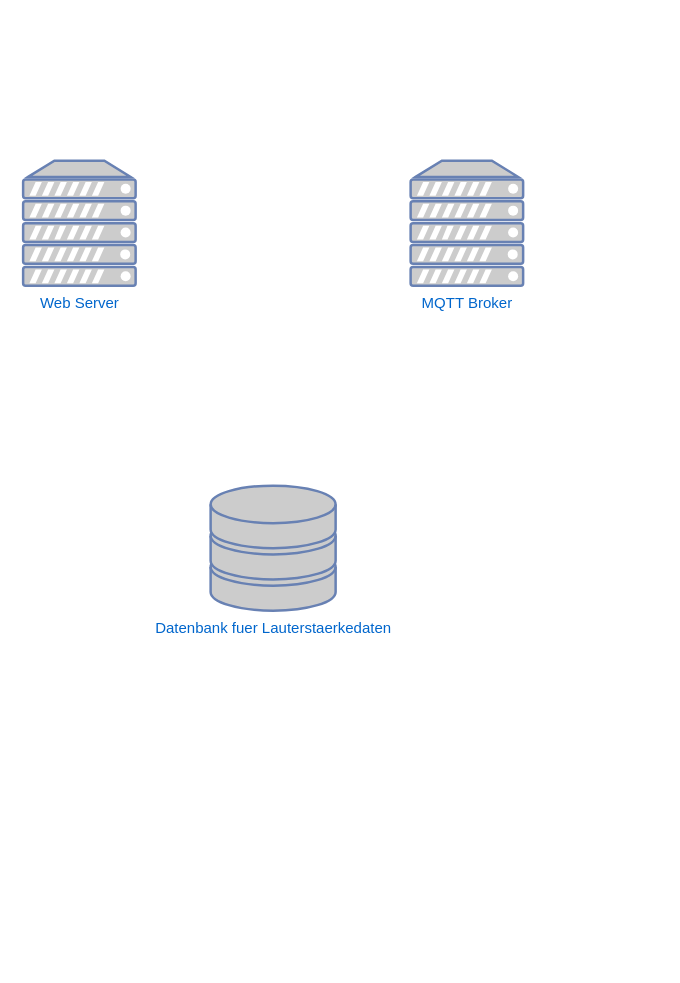
The draw.io diagram logic.drawio in ediiiz/Projekt---Cyberphysische-Systeme, before the edit. Source tidied: cells renumbered, new cells numbered last; positions are measured from the earlier drawing's top-left corner, leaving out a move shared by most shapes. Both pictures are drawn from the tidied source at 125%, with x=0, y=0 at pixel (22, 160). Pictures stored in the file or linked from it are replaced by grey dashed boxes.
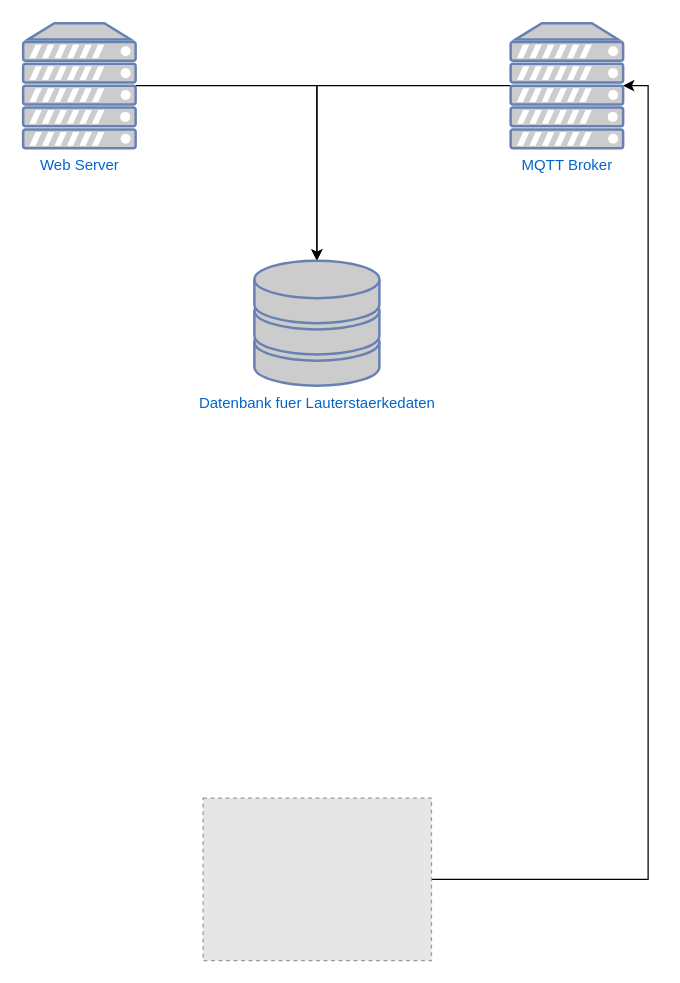
Above is the later version.

The edit, as a diff of the source:
```diff
@@
 <mxGraphModel>
   <root>
     <mxCell id="0" />
     <mxCell id="1" parent="0" />
+    <mxCell id="5" style="edgeStyle=orthogonalEdgeStyle;rounded=0;jettySize=auto;html=1;entryX=0.5;entryY=0;entryDx=0;entryDy=0;entryPerimeter=0;" parent="1" edge="1" source="2" target="4">
+      <mxGeometry relative="1" as="geometry" />
+    </mxCell>
     <mxCell id="2" value="MQTT Broker" style="fontColor=#0066CC;verticalAlign=top;verticalLabelPosition=bottom;labelPosition=center;align=center;html=1;outlineConnect=0;fillColor=#CCCCCC;strokeColor=#6881B3;gradientColor=none;gradientDirection=north;strokeWidth=2;shape=mxgraph.networks.server;" parent="1" vertex="1">
-      <mxGeometry x="310" width="90" height="100" as="geometry" />
+      <mxGeometry x="390" y="-110" width="90" height="100" as="geometry" />
     </mxCell>
+    <mxCell id="6" style="edgeStyle=orthogonalEdgeStyle;rounded=0;jettySize=auto;html=1;" parent="1" edge="1" source="3" target="4">
+      <mxGeometry relative="1" as="geometry" />
+    </mxCell>
     <mxCell id="3" value="Web Server" style="fontColor=#0066CC;verticalAlign=top;verticalLabelPosition=bottom;labelPosition=center;align=center;html=1;outlineConnect=0;fillColor=#CCCCCC;strokeColor=#6881B3;gradientColor=none;gradientDirection=north;strokeWidth=2;shape=mxgraph.networks.server;" parent="1" vertex="1">
-      <mxGeometry width="90" height="100" as="geometry" />
+      <mxGeometry y="-110" width="90" height="100" as="geometry" />
     </mxCell>
     <mxCell id="4" value="Datenbank fuer Lauterstaerkedaten" style="fontColor=#0066CC;verticalAlign=top;verticalLabelPosition=bottom;labelPosition=center;align=center;html=1;outlineConnect=0;fillColor=#CCCCCC;strokeColor=#6881B3;gradientColor=none;gradientDirection=north;strokeWidth=2;shape=mxgraph.networks.storage;" parent="1" vertex="1">
-      <mxGeometry x="150" y="260" width="100" height="100" as="geometry" />
+      <mxGeometry x="185" y="80" width="100" height="100" as="geometry" />
     </mxCell>
+    <mxCell id="7" style="edgeStyle=orthogonalEdgeStyle;rounded=0;jettySize=auto;html=1;entryX=1;entryY=0.5;entryDx=0;entryDy=0;entryPerimeter=0;" parent="1" edge="1" source="8" target="2">
+      <mxGeometry relative="1" as="geometry" />
+    </mxCell>
+    <mxCell id="8" style="fillColor=#E6E6E6;strokeColor=#999999;dashed=1;verticalLabelPosition=bottom;labelBackgroundColor=default;verticalAlign=top;" parent="1" vertex="1">
+      <mxGeometry x="144" y="510" width="182.7" height="130" as="geometry" />
+    </mxCell>
   </root>
 </mxGraphModel>
```
